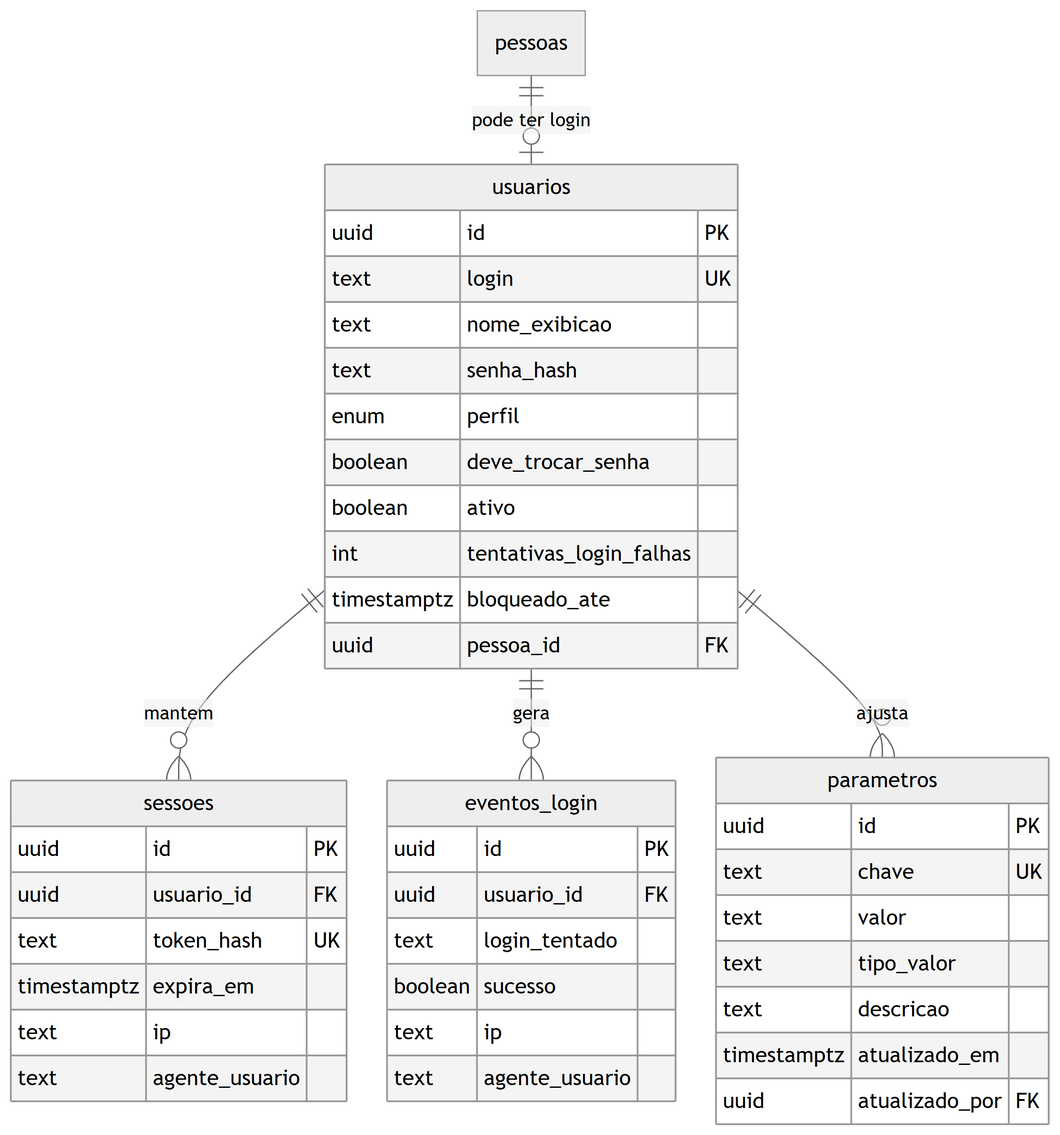
Above: docs/engenharia/modelo-dados-pt/img/fig08-acesso.png in JoaoMudar/tcc (Mermaid), before the change. Its source is kept beside it as docs/engenharia/modelo-dados-pt/mmd/fig08-acesso.mmd.
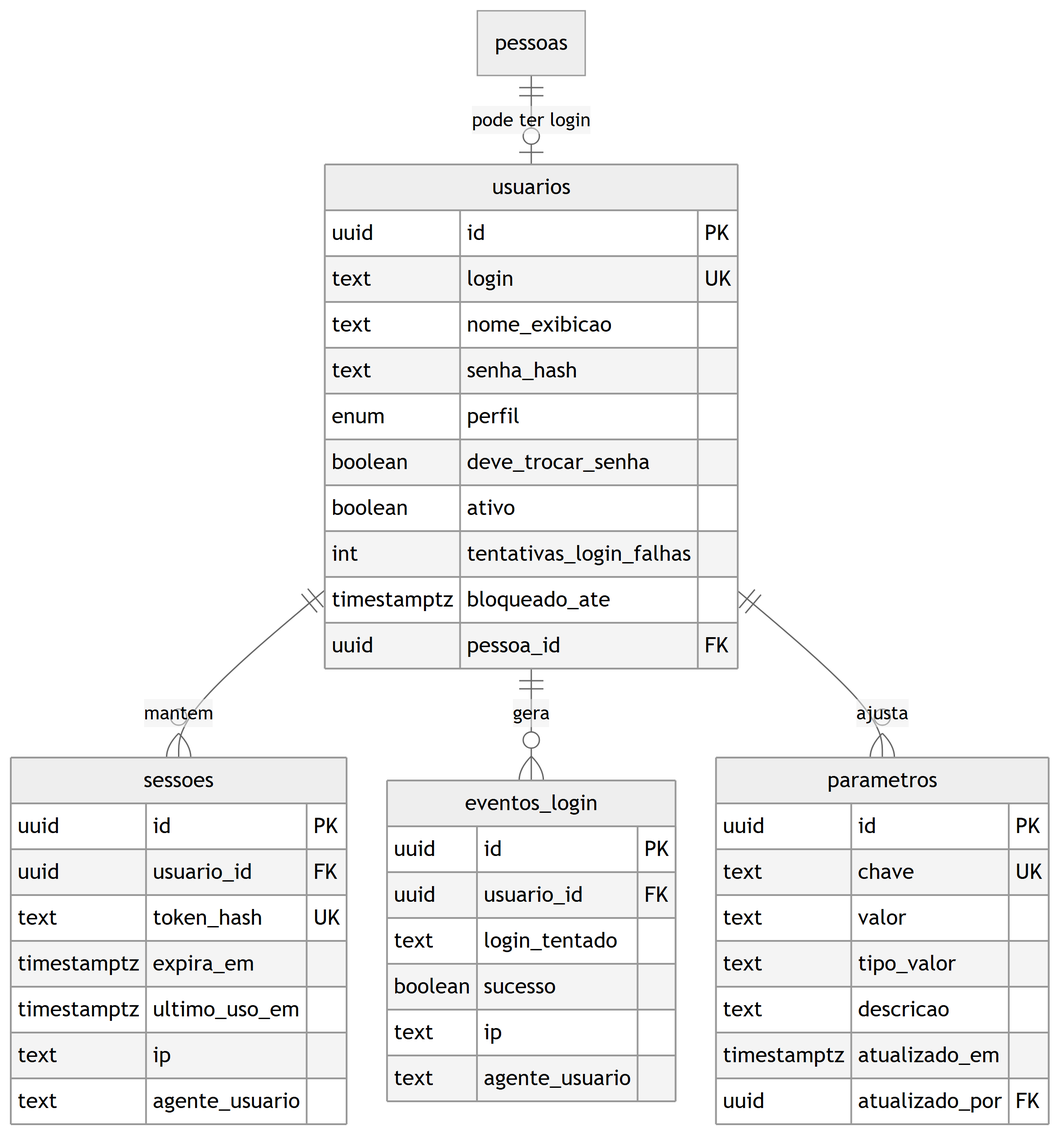
After the change.

Diff of the diagram source:
```diff
@@ -16,6 +16,7 @@
     uuid usuario_id FK
     text token_hash UK
     timestamptz expira_em
+    timestamptz ultimo_uso_em
     text ip
     text agente_usuario
   }
```
